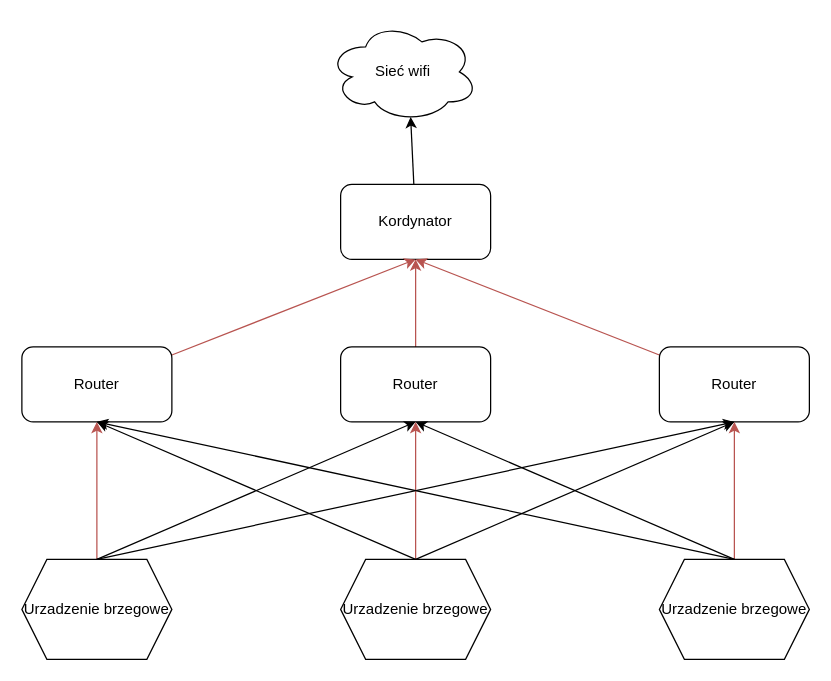
Earlier version of the draw.io diagram Dodatkowe/network.drawio (espressif/esp-zigbee-sdk). Source tidied: cells renumbered, new cells numbered last; positions are measured from the earlier drawing's top-left corner, leaving out a move shared by most shapes. Both pictures are drawn from the tidied source at 125%, with x=0, y=0 at pixel (21, 21).
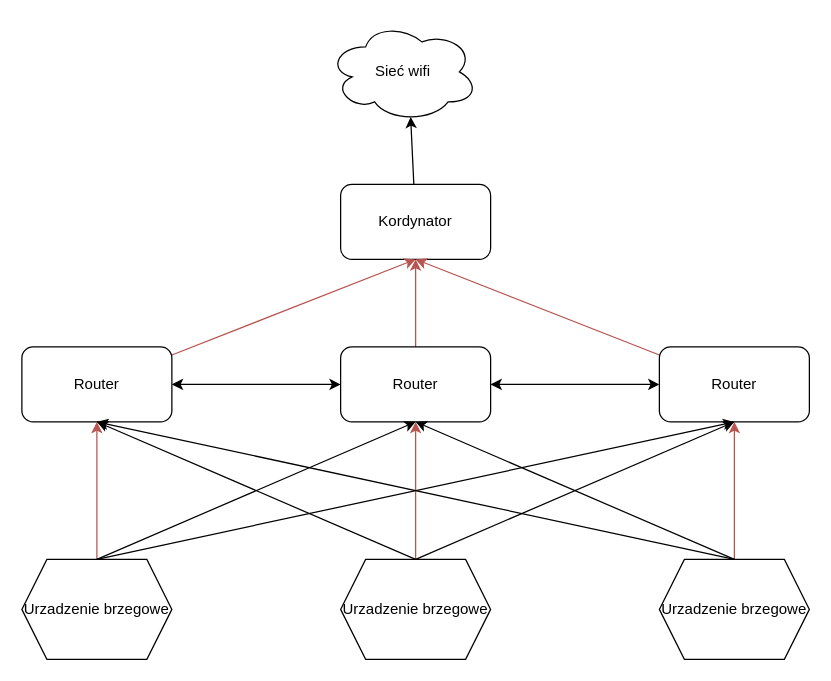
Above is the later version.

Commit message:
tak dalej

The change refers to these unchanged cells:
```xml
<mxCell id="4" value="Router" style="rounded=1;whiteSpace=wrap;html=1;" parent="1" vertex="1">
  <mxGeometry x="255" y="260" width="120" height="60" as="geometry" />
</mxCell>
<mxCell id="7" value="Router" style="rounded=1;whiteSpace=wrap;html=1;" parent="1" vertex="1">
  <mxGeometry x="510" y="260" width="120" height="60" as="geometry" />
</mxCell>
<mxCell id="9" value="Router" style="rounded=1;whiteSpace=wrap;html=1;" parent="1" vertex="1">
  <mxGeometry y="260" width="120" height="60" as="geometry" />
</mxCell>
```

The edit, as a diff of the source:
```diff
@@
+    <mxCell id="23" style="edgeStyle=none;html=1;entryX=0;entryY=0.5;entryDx=0;entryDy=0;startArrow=classic;startFill=1;" parent="1" edge="1" source="4" target="7">
+      <mxGeometry relative="1" as="geometry" />
+    </mxCell>
@@
+    <mxCell id="24" style="html=1;targetPerimeterSpacing=0;shadow=0;flowAnimation=0;startArrow=classic;startFill=1;endArrow=classic;endFill=1;" parent="1" edge="1" source="9" target="4">
+      <mxGeometry relative="1" as="geometry" />
+    </mxCell>
```
